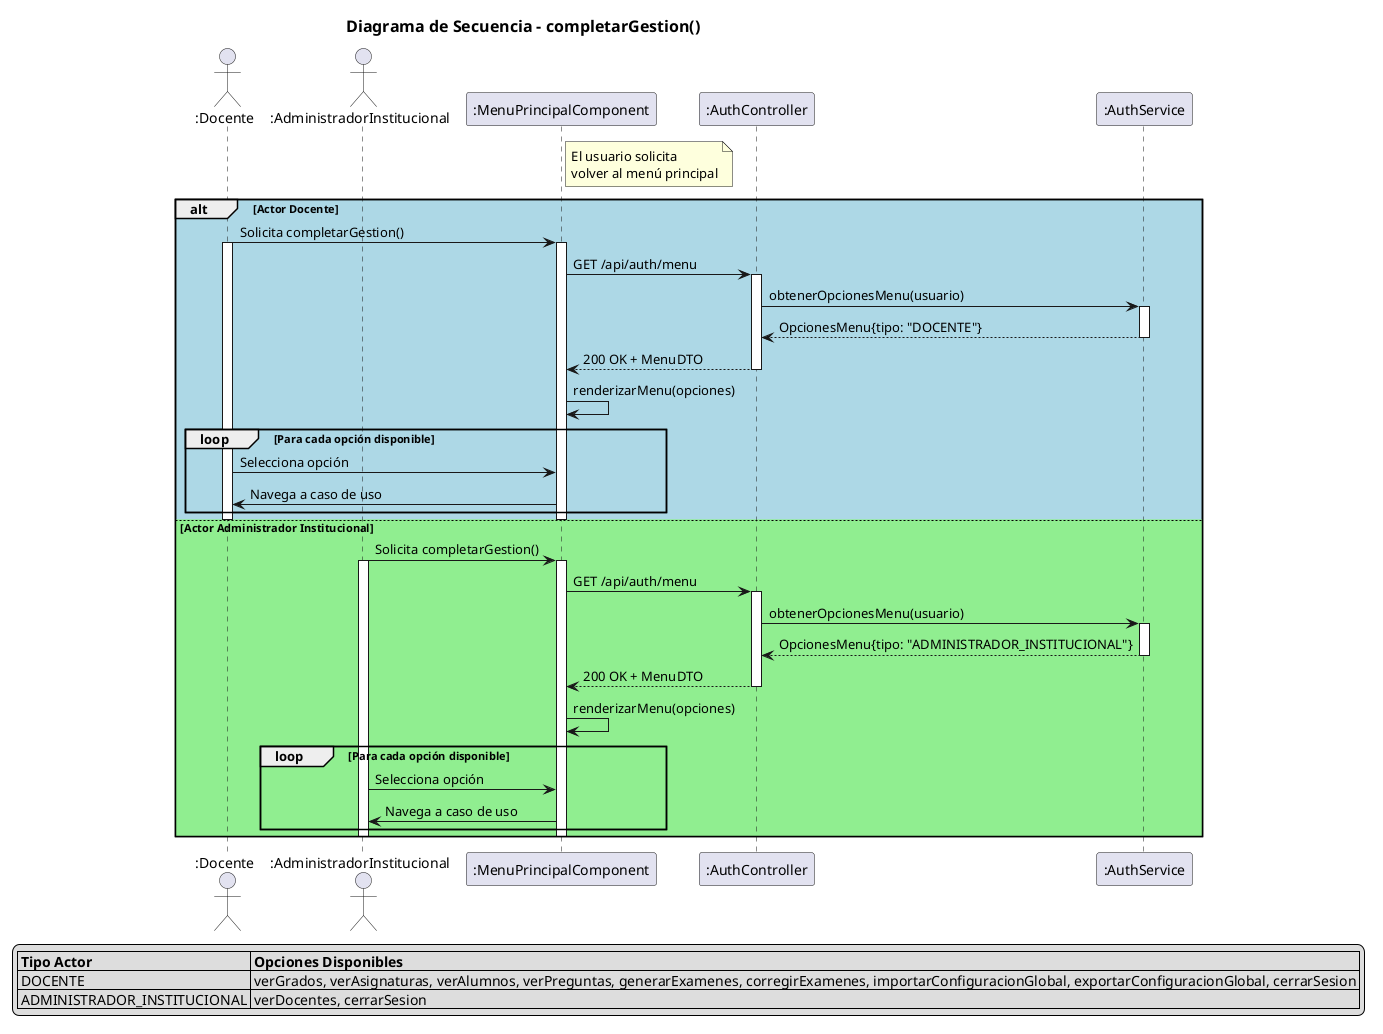
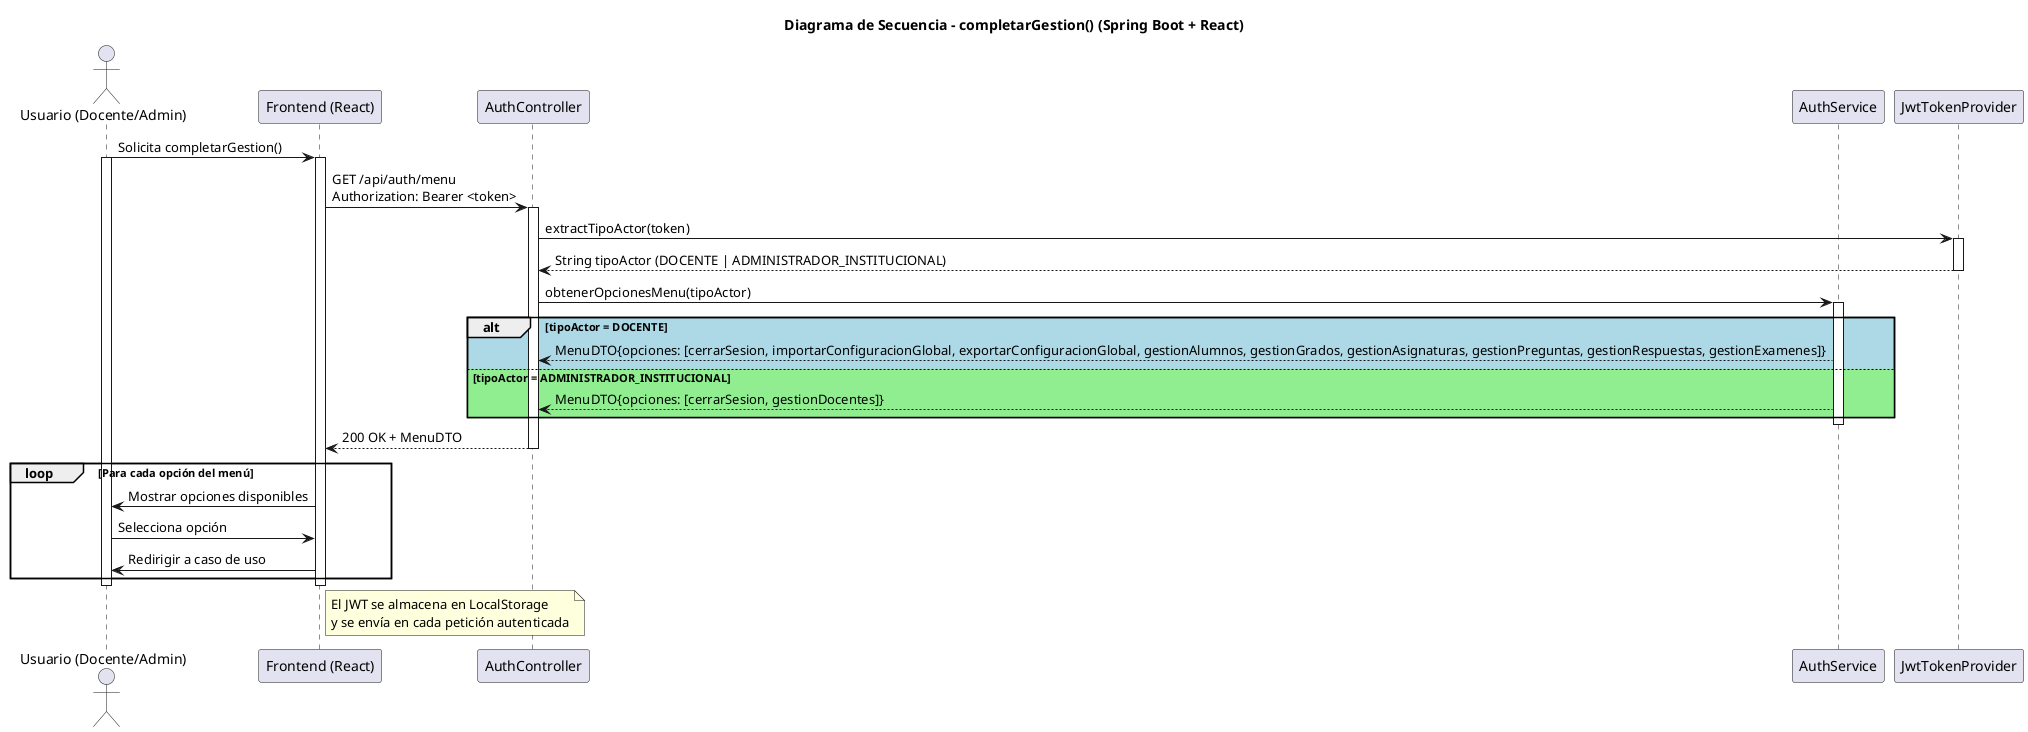
@startuml completarGestion
- skinparam titleFontSize 16
- skinparam componentStyle rectangle
+ title Diagrama de Secuencia - completarGestion() (Spring Boot + React)

- title Diagrama de Secuencia - completarGestion()
+ actor "Usuario (Docente/Admin)" as User
+ participant "Frontend (React)" as FE
+ participant "AuthController" as Controller
+ participant "AuthService" as Service
+ participant "JwtTokenProvider" as JWT

- actor ":Docente" as docente
- actor ":AdministradorInstitucional" as admin
+ User -> FE: Solicita completarGestion()
+ activate FE
+ activate User

- participant ":MenuPrincipalComponent" as frontend
- participant ":AuthController" as controller
- participant ":AuthService" as service
+ FE -> Controller: GET /api/auth/menu\nAuthorization: Bearer <token>
+ activate Controller

- note right of frontend
-   El usuario solicita
-   volver al menú principal
- end note
+ Controller -> JWT: extractTipoActor(token)
+ activate JWT
+ JWT --> Controller: String tipoActor (DOCENTE | ADMINISTRADOR_INSTITUCIONAL)
+ deactivate JWT

- alt #LightBlue Actor Docente
-     docente -> frontend : Solicita completarGestion()
-     activate docente
-     activate frontend
+ Controller -> Service: obtenerOpcionesMenu(tipoActor)
+ activate Service

-     frontend -> controller : GET /api/auth/menu
-     activate controller
+ alt #LightBlue tipoActor = DOCENTE
+     Service --> Controller: MenuDTO{opciones: [cerrarSesion, importarConfiguracionGlobal, exportarConfiguracionGlobal, gestionAlumnos, gestionGrados, gestionAsignaturas, gestionPreguntas, gestionRespuestas, gestionExamenes]}
+ else #LightGreen tipoActor = ADMINISTRADOR_INSTITUCIONAL
+     Service --> Controller: MenuDTO{opciones: [cerrarSesion, gestionDocentes]}
+ end
+ deactivate Service

-     controller -> service : obtenerOpcionesMenu(usuario)
-     activate service
+ Controller --> FE: 200 OK + MenuDTO
+ deactivate Controller

-     service --> controller : OpcionesMenu{tipo: "DOCENTE"}
-     deactivate service
- 
-     controller --> frontend : 200 OK + MenuDTO
-     deactivate controller
- 
-     frontend -> frontend : renderizarMenu(opciones)
- 
-     loop Para cada opción disponible
-         docente -> frontend : Selecciona opción
-         frontend -> docente : Navega a caso de uso
-     end
- 
-     deactivate frontend
-     deactivate docente
- 
- else #LightGreen Actor Administrador Institucional
-     admin -> frontend : Solicita completarGestion()
-     activate admin
-     activate frontend
- 
-     frontend -> controller : GET /api/auth/menu
-     activate controller
- 
-     controller -> service : obtenerOpcionesMenu(usuario)
-     activate service
- 
-     service --> controller : OpcionesMenu{tipo: "ADMINISTRADOR_INSTITUCIONAL"}
-     deactivate service
- 
-     controller --> frontend : 200 OK + MenuDTO
-     deactivate controller
- 
-     frontend -> frontend : renderizarMenu(opciones)
- 
-     loop Para cada opción disponible
-         admin -> frontend : Selecciona opción
-         frontend -> admin : Navega a caso de uso
-     end
- 
-     deactivate frontend
-     deactivate admin
+ loop Para cada opción del menú
+     FE -> User: Mostrar opciones disponibles
+     User -> FE: Selecciona opción
+     FE -> User: Redirigir a caso de uso
end

- legend right
- |= Tipo Actor |= Opciones Disponibles |
- | DOCENTE | verGrados, verAsignaturas, verAlumnos, verPreguntas, generarExamenes, corregirExamenes, importarConfiguracionGlobal, exportarConfiguracionGlobal, cerrarSesion |
- | ADMINISTRADOR_INSTITUCIONAL | verDocentes, cerrarSesion |
- endlegend
+ deactivate FE
+ deactivate User

- @enduml
+ note right of FE
+   El JWT se almacena en LocalStorage
+   y se envía en cada petición autenticada
+ end note
+ @enduml